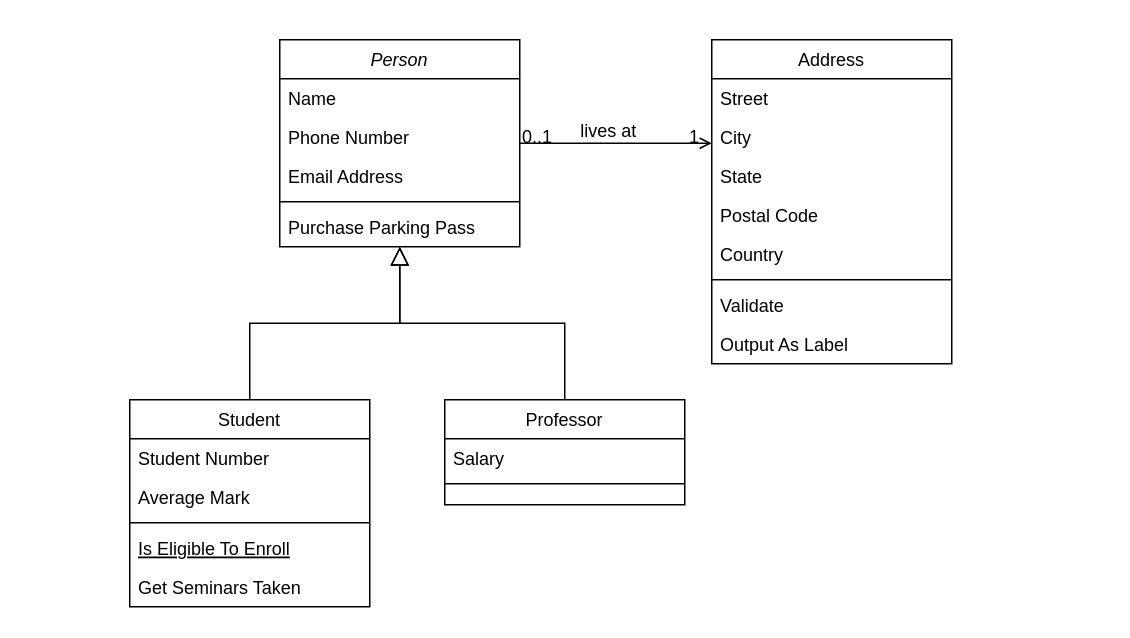
Earlier version of the draw.io diagram Diagram Tanpa Judul.drawio (alficlanjr/Landing-page). Source tidied: cells renumbered, new cells numbered last; positions are measured from the earlier drawing's top-left corner, leaving out a move shared by most shapes. Both pictures are drawn from the tidied source at 150%, with x=0, y=0 at pixel (129, 39).
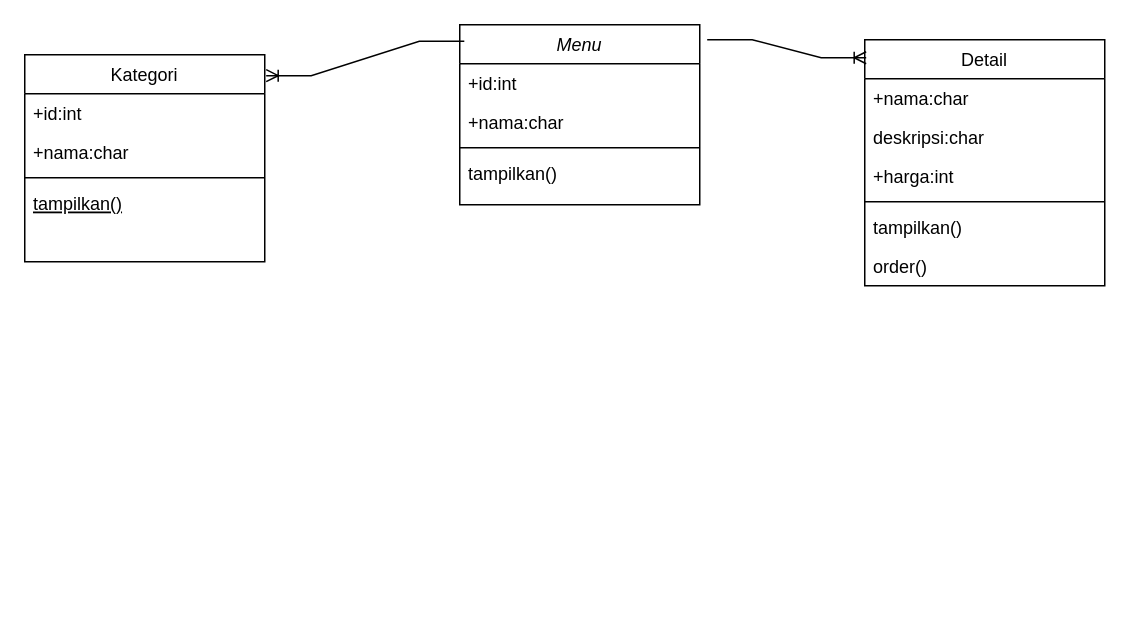
The same diagram, later.

Commit message:
diagram-kelas-landingpage

Diff of the diagram source:
```diff
@@
-    <mxCell id="2" value="Person" style="swimlane;fontStyle=2;align=center;verticalAlign=top;horizontal=1;startSize=26;rounded=0;shadow=0;strokeWidth=1;" parent="1" vertex="1">
-      <mxGeometry x="100" width="160" height="138" as="geometry" />
+    <mxCell id="2" value="Menu" style="swimlane;fontStyle=2;align=center;verticalAlign=top;horizontal=1;startSize=26;rounded=0;shadow=0;strokeWidth=1;" parent="1" vertex="1">
+      <mxGeometry x="220" y="-10" width="160" height="120" as="geometry" />
     </mxCell>
-    <mxCell id="3" value="Name" style="text;align=left;verticalAlign=top;spacingLeft=4;spacingRight=4;overflow=hidden;" parent="2" vertex="1">
+    <mxCell id="3" value="+id:int" style="text;align=left;verticalAlign=top;spacingLeft=4;spacingRight=4;overflow=hidden;" parent="2" vertex="1">
       <mxGeometry y="26" width="160" height="26" as="geometry" />
     </mxCell>
-    <mxCell id="4" value="Phone Number" style="text;align=left;verticalAlign=top;spacingLeft=4;spacingRight=4;overflow=hidden;rounded=0;shadow=0;html=0;" parent="2" vertex="1">
+    <mxCell id="4" value="+nama:char" style="text;align=left;verticalAlign=top;spacingLeft=4;spacingRight=4;overflow=hidden;rounded=0;shadow=0;html=0;" parent="2" vertex="1">
       <mxGeometry y="52" width="160" height="26" as="geometry" />
     </mxCell>
-    <mxCell id="5" value="Email Address" style="text;align=left;verticalAlign=top;spacingLeft=4;spacingRight=4;overflow=hidden;rounded=0;shadow=0;html=0;" parent="2" vertex="1">
-      <mxGeometry y="78" width="160" height="26" as="geometry" />
-    </mxCell>
     <mxCell id="6" style="line;html=1;strokeWidth=1;align=left;verticalAlign=middle;spacingTop=-1;spacingLeft=3;spacingRight=3;labelPosition=right;" parent="2" vertex="1">
-      <mxGeometry y="104" width="160" height="8" as="geometry" />
+      <mxGeometry y="78" width="160" height="8" as="geometry" />
     </mxCell>
-    <mxCell id="7" value="Purchase Parking Pass" style="text;align=left;verticalAlign=top;spacingLeft=4;spacingRight=4;overflow=hidden;" parent="2" vertex="1">
-      <mxGeometry y="112" width="160" height="26" as="geometry" />
-    </mxCell>
+    <mxCell id="32" value="tampilkan()" style="text;align=left;verticalAlign=top;spacingLeft=4;spacingRight=4;overflow=hidden;" parent="2" vertex="1">
+      <mxGeometry y="86" width="160" height="26" as="geometry" />
+    </mxCell>
-    <mxCell id="8" value="Student" style="swimlane;fontStyle=0;align=center;verticalAlign=top;horizontal=1;startSize=26;rounded=0;shadow=0;strokeWidth=1;" parent="1" vertex="1">
-      <mxGeometry y="240" width="160" height="138" as="geometry" />
+    <mxCell id="8" value="Kategori" style="swimlane;fontStyle=0;align=center;verticalAlign=top;horizontal=1;startSize=26;rounded=0;shadow=0;strokeWidth=1;" parent="1" vertex="1">
+      <mxGeometry x="-70" y="10" width="160" height="138" as="geometry" />
     </mxCell>
-    <mxCell id="9" value="Student Number" style="text;align=left;verticalAlign=top;spacingLeft=4;spacingRight=4;overflow=hidden;" parent="8" vertex="1">
+    <mxCell id="9" value="+id:int" style="text;align=left;verticalAlign=top;spacingLeft=4;spacingRight=4;overflow=hidden;" parent="8" vertex="1">
       <mxGeometry y="26" width="160" height="26" as="geometry" />
     </mxCell>
-    <mxCell id="10" value="Average Mark" style="text;align=left;verticalAlign=top;spacingLeft=4;spacingRight=4;overflow=hidden;rounded=0;shadow=0;html=0;" parent="8" vertex="1">
+    <mxCell id="10" value="+nama:char" style="text;align=left;verticalAlign=top;spacingLeft=4;spacingRight=4;overflow=hidden;rounded=0;shadow=0;html=0;" parent="8" vertex="1">
       <mxGeometry y="52" width="160" height="26" as="geometry" />
     </mxCell>
@@
-    <mxCell id="12" value="Is Eligible To Enroll" style="text;align=left;verticalAlign=top;spacingLeft=4;spacingRight=4;overflow=hidden;fontStyle=4;" parent="8" vertex="1">
+    <mxCell id="12" value="tampilkan()" style="text;align=left;verticalAlign=top;spacingLeft=4;spacingRight=4;overflow=hidden;fontStyle=4;" parent="8" vertex="1">
       <mxGeometry y="86" width="160" height="26" as="geometry" />
     </mxCell>
-    <mxCell id="13" value="Get Seminars Taken" style="text;align=left;verticalAlign=top;spacingLeft=4;spacingRight=4;overflow=hidden;" parent="8" vertex="1">
-      <mxGeometry y="112" width="160" height="26" as="geometry" />
-    </mxCell>
-    <mxCell id="14" style="endArrow=block;endSize=10;endFill=0;shadow=0;strokeWidth=1;rounded=0;curved=0;edgeStyle=elbowEdgeStyle;elbow=vertical;" parent="1" edge="1" source="8" target="2">
-      <mxGeometry relative="1" as="geometry" />
-    </mxCell>
-    <mxCell id="15" value="Professor" style="swimlane;fontStyle=0;align=center;verticalAlign=top;horizontal=1;startSize=26;rounded=0;shadow=0;strokeWidth=1;" parent="1" vertex="1">
-      <mxGeometry x="210" y="240" width="160" height="70" as="geometry" />
+    <mxCell id="15" value="Detail" style="swimlane;fontStyle=0;align=center;verticalAlign=top;horizontal=1;startSize=26;rounded=0;shadow=0;strokeWidth=1;" parent="1" vertex="1">
+      <mxGeometry x="490" width="160" height="164" as="geometry" />
     </mxCell>
-    <mxCell id="16" value="Salary" style="text;align=left;verticalAlign=top;spacingLeft=4;spacingRight=4;overflow=hidden;" parent="15" vertex="1">
+    <mxCell id="16" value="+nama:char" style="text;align=left;verticalAlign=top;spacingLeft=4;spacingRight=4;overflow=hidden;" parent="15" vertex="1">
       <mxGeometry y="26" width="160" height="26" as="geometry" />
     </mxCell>
+    <mxCell id="33" value="deskripsi:char" style="text;align=left;verticalAlign=top;spacingLeft=4;spacingRight=4;overflow=hidden;" parent="15" vertex="1">
+      <mxGeometry y="52" width="160" height="26" as="geometry" />
+    </mxCell>
+    <mxCell id="34" value="+harga:int" style="text;align=left;verticalAlign=top;spacingLeft=4;spacingRight=4;overflow=hidden;" parent="15" vertex="1">
+      <mxGeometry y="78" width="160" height="26" as="geometry" />
+    </mxCell>
     <mxCell id="17" style="line;html=1;strokeWidth=1;align=left;verticalAlign=middle;spacingTop=-1;spacingLeft=3;spacingRight=3;labelPosition=right;" parent="15" vertex="1">
-      <mxGeometry y="52" width="160" height="8" as="geometry" />
+      <mxGeometry y="104" width="160" height="8" as="geometry" />
     </mxCell>
-    <mxCell id="18" style="endArrow=block;endSize=10;endFill=0;shadow=0;strokeWidth=1;rounded=0;curved=0;edgeStyle=elbowEdgeStyle;elbow=vertical;" parent="1" edge="1" source="15" target="2">
-      <mxGeometry relative="1" as="geometry" />
-    </mxCell>
-    <mxCell id="19" value="Address" style="swimlane;fontStyle=0;align=center;verticalAlign=top;horizontal=1;startSize=26;rounded=0;shadow=0;strokeWidth=1;" parent="1" vertex="1">
-      <mxGeometry x="388" width="160" height="216" as="geometry" />
-    </mxCell>
-    <mxCell id="20" value="Street" style="text;align=left;verticalAlign=top;spacingLeft=4;spacingRight=4;overflow=hidden;" parent="19" vertex="1">
-      <mxGeometry y="26" width="160" height="26" as="geometry" />
-    </mxCell>
-    <mxCell id="21" value="City" style="text;align=left;verticalAlign=top;spacingLeft=4;spacingRight=4;overflow=hidden;rounded=0;shadow=0;html=0;" parent="19" vertex="1">
-      <mxGeometry y="52" width="160" height="26" as="geometry" />
-    </mxCell>
-    <mxCell id="22" value="State" style="text;align=left;verticalAlign=top;spacingLeft=4;spacingRight=4;overflow=hidden;rounded=0;shadow=0;html=0;" parent="19" vertex="1">
-      <mxGeometry y="78" width="160" height="26" as="geometry" />
-    </mxCell>
-    <mxCell id="23" value="Postal Code" style="text;align=left;verticalAlign=top;spacingLeft=4;spacingRight=4;overflow=hidden;rounded=0;shadow=0;html=0;" parent="19" vertex="1">
-      <mxGeometry y="104" width="160" height="26" as="geometry" />
-    </mxCell>
-    <mxCell id="24" value="Country" style="text;align=left;verticalAlign=top;spacingLeft=4;spacingRight=4;overflow=hidden;rounded=0;shadow=0;html=0;" parent="19" vertex="1">
-      <mxGeometry y="130" width="160" height="26" as="geometry" />
-    </mxCell>
-    <mxCell id="25" style="line;html=1;strokeWidth=1;align=left;verticalAlign=middle;spacingTop=-1;spacingLeft=3;spacingRight=3;labelPosition=right;" parent="19" vertex="1">
-      <mxGeometry y="156" width="160" height="8" as="geometry" />
-    </mxCell>
-    <mxCell id="26" value="Validate" style="text;align=left;verticalAlign=top;spacingLeft=4;spacingRight=4;overflow=hidden;" parent="19" vertex="1">
-      <mxGeometry y="164" width="160" height="26" as="geometry" />
-    </mxCell>
-    <mxCell id="27" value="Output As Label" style="text;align=left;verticalAlign=top;spacingLeft=4;spacingRight=4;overflow=hidden;" parent="19" vertex="1">
-      <mxGeometry y="190" width="160" height="26" as="geometry" />
-    </mxCell>
-    <mxCell id="28" style="endArrow=open;shadow=0;strokeWidth=1;rounded=0;curved=0;endFill=1;edgeStyle=elbowEdgeStyle;elbow=vertical;" parent="1" edge="1" source="2" target="19">
-      <mxGeometry x="0.5" y="41" relative="1" as="geometry">
-        <mxPoint x="-40" y="32" as="offset" />
-      </mxGeometry>
-    </mxCell>
-    <mxCell id="29" value="0..1" style="align=left;verticalAlign=bottom;labelBackgroundColor=none;fontSize=12;" parent="28" vertex="1">
-      <mxGeometry x="-1" relative="1" as="geometry">
-        <mxPoint y="4" as="offset" />
-      </mxGeometry>
-    </mxCell>
-    <mxCell id="30" value="1" style="align=right;verticalAlign=bottom;labelBackgroundColor=none;fontSize=12;" parent="28" vertex="1">
-      <mxGeometry x="1" relative="1" as="geometry">
-        <mxPoint x="-7" y="4" as="offset" />
-      </mxGeometry>
-    </mxCell>
-    <mxCell id="31" value="lives at" style="text;html=1;align=center;verticalAlign=middle;labelBackgroundColor=none;rounded=0;shadow=0;strokeWidth=1;fontSize=12;" parent="28" vertex="1">
-      <mxGeometry x="0.5" y="49" relative="1" as="geometry">
-        <mxPoint x="-38" y="40" as="offset" />
-      </mxGeometry>
-    </mxCell>
+    <mxCell id="35" value="tampilkan()" style="text;align=left;verticalAlign=top;spacingLeft=4;spacingRight=4;overflow=hidden;" parent="15" vertex="1">
+      <mxGeometry y="112" width="160" height="26" as="geometry" />
+    </mxCell>
+    <mxCell id="36" value="order()" style="text;align=left;verticalAlign=top;spacingLeft=4;spacingRight=4;overflow=hidden;" parent="15" vertex="1">
+      <mxGeometry y="138" width="160" height="26" as="geometry" />
+    </mxCell>
+    <mxCell id="37" style="edgeStyle=entityRelationEdgeStyle;fontSize=12;html=1;endArrow=ERoneToMany;rounded=0;exitX=0.019;exitY=0.092;exitDx=0;exitDy=0;exitPerimeter=0;entryX=1.006;entryY=0.101;entryDx=0;entryDy=0;entryPerimeter=0;" parent="1" edge="1" source="2" target="8">
+      <mxGeometry relative="1" as="geometry" />
+    </mxCell>
+    <mxCell id="38" style="edgeStyle=entityRelationEdgeStyle;fontSize=12;html=1;endArrow=ERoneToMany;rounded=0;entryX=0.006;entryY=0.073;entryDx=0;entryDy=0;entryPerimeter=0;exitX=1.031;exitY=0.083;exitDx=0;exitDy=0;exitPerimeter=0;" parent="1" edge="1" source="2" target="15">
+      <mxGeometry relative="1" as="geometry" />
+    </mxCell>
```
